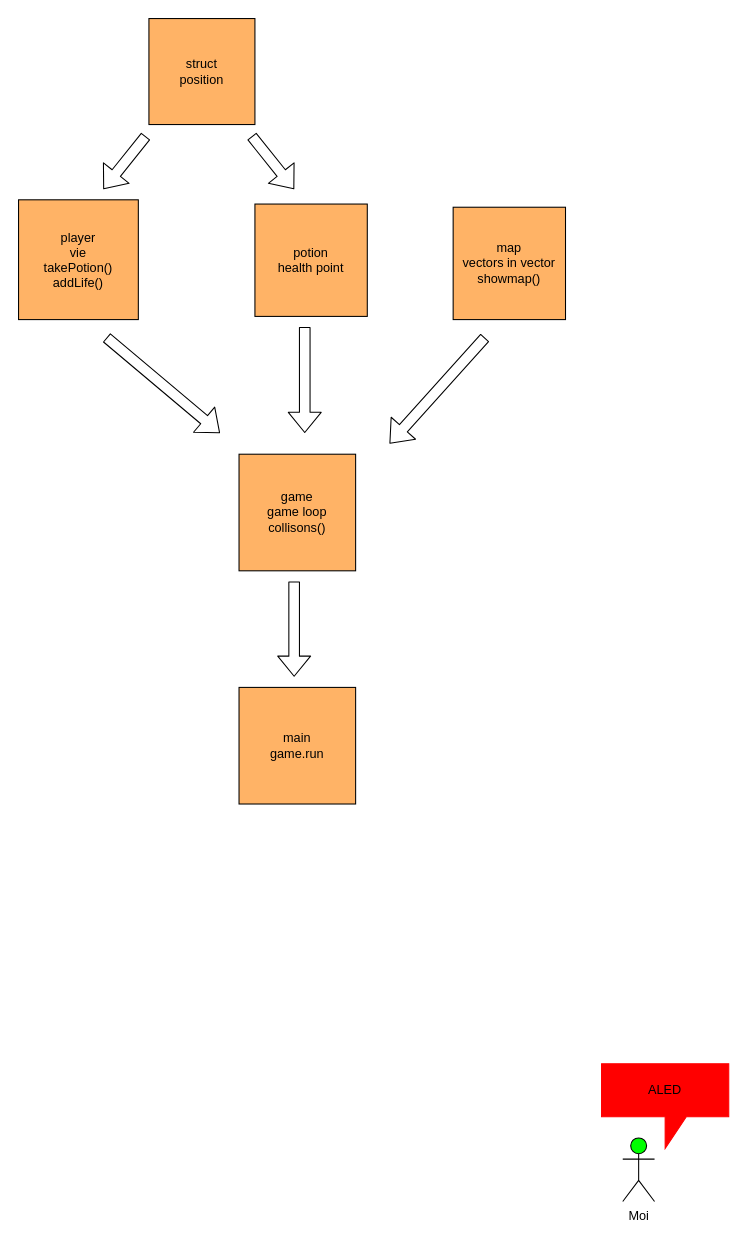
Worgaros/Rogue-Like_draw.io keeps this draw.io diagram as Rogue-like.drawio. Above is the earlier version. Source tidied: cells renumbered, new cells numbered last; positions are measured from the earlier drawing's top-left corner, leaving out a move shared by most shapes. Both pictures are drawn from the tidied source at 106%, with x=0, y=0 at pixel (18, 18).
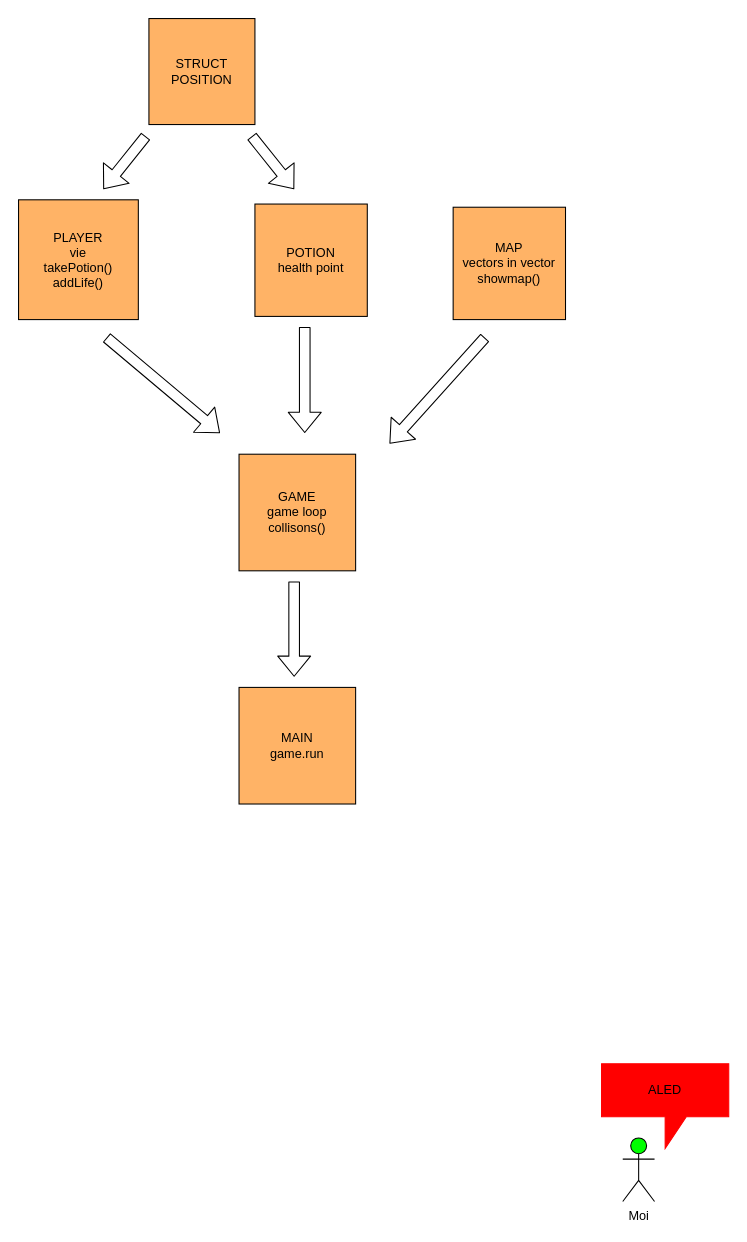
Above is the later version.

The edit, as a diff of the source:
```diff
@@
-    <mxCell id="4" value="main&lt;br&gt;game.run" style="whiteSpace=wrap;html=1;strokeColor=#000000;fillColor=#FFB366;" parent="1" vertex="1">
+    <mxCell id="4" value="MAIN&lt;br&gt;game.run" style="whiteSpace=wrap;html=1;strokeColor=#000000;fillColor=#FFB366;" parent="1" vertex="1">
       <mxGeometry x="208" y="631" width="110" height="110" as="geometry" />
     </mxCell>
-    <mxCell id="5" value="player&lt;br&gt;vie&lt;br&gt;takePotion()&lt;br&gt;addLife()" style="whiteSpace=wrap;html=1;strokeColor=#000000;fillColor=#FFB366;" parent="1" vertex="1">
+    <mxCell id="5" value="PLAYER&lt;br&gt;vie&lt;br&gt;takePotion()&lt;br&gt;addLife()" style="whiteSpace=wrap;html=1;strokeColor=#000000;fillColor=#FFB366;" parent="1" vertex="1">
       <mxGeometry y="171" width="113" height="113" as="geometry" />
     </mxCell>
-    <mxCell id="6" value="potion&lt;br&gt;health point" style="whiteSpace=wrap;html=1;strokeColor=#000000;fillColor=#FFB366;" parent="1" vertex="1">
+    <mxCell id="6" value="POTION&lt;br&gt;health point" style="whiteSpace=wrap;html=1;strokeColor=#000000;fillColor=#FFB366;" parent="1" vertex="1">
       <mxGeometry x="223" y="175" width="106" height="106" as="geometry" />
     </mxCell>
-    <mxCell id="7" value="map&lt;br&gt;vectors in vector&lt;br&gt;showmap()" style="whiteSpace=wrap;html=1;strokeColor=#000000;fillColor=#FFB366;" parent="1" vertex="1">
+    <mxCell id="7" value="MAP&lt;br&gt;vectors in vector&lt;br&gt;showmap()" style="whiteSpace=wrap;html=1;strokeColor=#000000;fillColor=#FFB366;" parent="1" vertex="1">
       <mxGeometry x="410" y="178" width="106" height="106" as="geometry" />
     </mxCell>
-    <mxCell id="8" value="struct&lt;br&gt;position" style="whiteSpace=wrap;html=1;strokeColor=#000000;fillColor=#FFB366;" parent="1" vertex="1">
+    <mxCell id="8" value="STRUCT POSITION" style="whiteSpace=wrap;html=1;strokeColor=#000000;fillColor=#FFB366;" parent="1" vertex="1">
       <mxGeometry x="123" width="100" height="100" as="geometry" />
     </mxCell>
@@
-    <mxCell id="15" value="game&lt;br&gt;game loop&lt;br&gt;collisons()&lt;br&gt;" style="whiteSpace=wrap;html=1;strokeColor=#000000;fillColor=#FFB366;" parent="1" vertex="1">
+    <mxCell id="15" value="GAME&lt;br&gt;game loop&lt;br&gt;collisons()" style="whiteSpace=wrap;html=1;strokeColor=#000000;fillColor=#FFB366;" parent="1" vertex="1">
       <mxGeometry x="208" y="411" width="110" height="110" as="geometry" />
     </mxCell>
```
